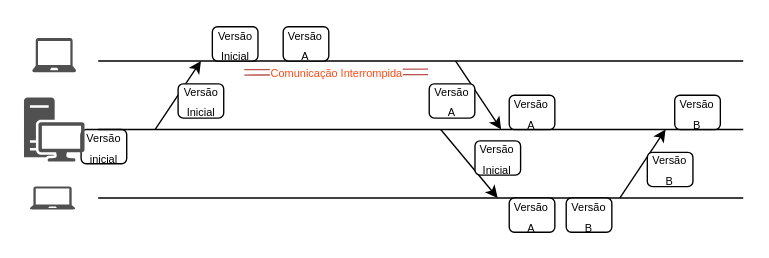
This is page "uhappy" (2 of 4) of time/drawings/cloud_drive.drawio from lasarojc/ds_notes, a draw.io file, before an edit. Source tidied: cells renumbered, new cells numbered last; positions are measured from the earlier drawing's top-left corner, leaving out a move shared by most shapes. Both pictures are drawn from the tidied source at 137%, with x=0, y=0 at pixel (23, 26).
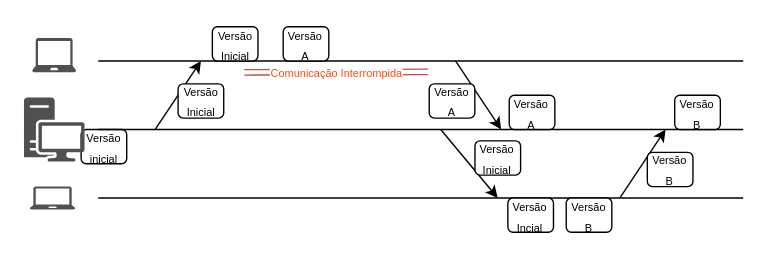
Above is the later version.

Diff of the diagram source:
```diff
@@
-    <mxCell id="17" value="&lt;span style=&quot;font-size: 8px&quot;&gt;Versão A&lt;/span&gt;" style="rounded=1;whiteSpace=wrap;html=1;" parent="1" vertex="1">
-      <mxGeometry x="354.2" y="125" width="33.3" height="25" as="geometry" />
+    <mxCell id="17" value="&lt;span style=&quot;font-size: 8px&quot;&gt;Versão Incial&lt;/span&gt;" style="rounded=1;whiteSpace=wrap;html=1;" parent="1" vertex="1">
+      <mxGeometry x="353.2" y="125" width="33.3" height="25" as="geometry" />
     </mxCell>
```
